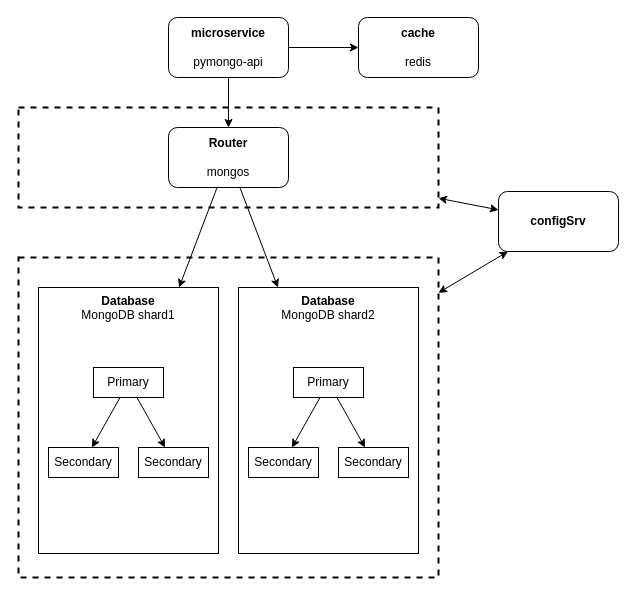
This is schemas/v3-task1.drawio from foxy-gal/architecture-black_friday, a draw.io file, before an edit. Source tidied: cells renumbered, new cells numbered last; positions are measured from the earlier drawing's top-left corner, leaving out a move shared by most shapes. Both pictures are drawn from the tidied source at 100%, with x=0, y=0 at pixel (18, 17).
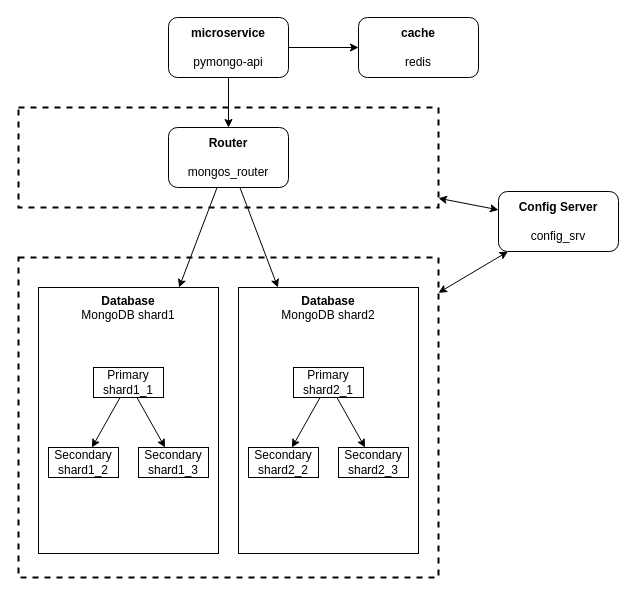
The same page after the edit.

Diff of the diagram source:
```diff
@@
-    <mxCell id="4" value="&lt;b&gt;Router&lt;/b&gt;&lt;div&gt;&lt;br&gt;&lt;/div&gt;&lt;div&gt;mongos&lt;/div&gt;" style="rounded=1;whiteSpace=wrap;html=1;" parent="1" vertex="1">
+    <mxCell id="4" value="&lt;b&gt;Router&lt;/b&gt;&lt;div&gt;&lt;br&gt;&lt;/div&gt;&lt;div&gt;mongos_router&lt;/div&gt;" style="rounded=1;whiteSpace=wrap;html=1;" parent="1" vertex="1">
       <mxGeometry x="150" y="110" width="120" height="60" as="geometry" />
     </mxCell>
@@
-    <mxCell id="10" value="&lt;b&gt;configSrv&lt;/b&gt;" style="rounded=1;whiteSpace=wrap;html=1;" parent="1" vertex="1">
+    <mxCell id="10" value="&lt;div&gt;&lt;b&gt;Config Server&lt;/b&gt;&lt;/div&gt;&lt;div&gt;&lt;br&gt;&lt;/div&gt;config_srv" style="rounded=1;whiteSpace=wrap;html=1;" parent="1" vertex="1">
       <mxGeometry x="480" y="174" width="120" height="60" as="geometry" />
     </mxCell>
@@
-    <mxCell id="14" style="edgeStyle=none;html=1;" parent="1" edge="1" source="16" target="17">
-      <mxGeometry relative="1" as="geometry" />
+    <mxCell id="14" style="edgeStyle=none;html=1;" parent="1" edge="1">
+      <mxGeometry relative="1" as="geometry">
+        <mxPoint x="101.6" y="380" as="sourcePoint" />
+      </mxGeometry>
     </mxCell>
-    <mxCell id="15" style="edgeStyle=none;html=1;" parent="1" edge="1" source="16" target="18">
-      <mxGeometry relative="1" as="geometry" />
+    <mxCell id="15" style="edgeStyle=none;html=1;" parent="1" edge="1">
+      <mxGeometry relative="1" as="geometry">
+        <mxPoint x="118.4" y="380" as="sourcePoint" />
+      </mxGeometry>
     </mxCell>
-    <mxCell id="16" value="Primary" style="rounded=0;whiteSpace=wrap;html=1;" parent="1" vertex="1">
-      <mxGeometry x="75" y="350" width="70" height="30" as="geometry" />
-    </mxCell>
-    <mxCell id="17" value="Secondary" style="rounded=0;whiteSpace=wrap;html=1;" parent="1" vertex="1">
-      <mxGeometry x="30" y="430" width="70" height="30" as="geometry" />
-    </mxCell>
-    <mxCell id="18" value="Secondary" style="rounded=0;whiteSpace=wrap;html=1;" parent="1" vertex="1">
-      <mxGeometry x="120" y="430" width="70" height="30" as="geometry" />
-    </mxCell>
@@
-    <mxCell id="20" value="Primary" style="rounded=0;whiteSpace=wrap;html=1;" parent="1" vertex="1">
-      <mxGeometry x="275" y="350" width="70" height="30" as="geometry" />
-    </mxCell>
-    <mxCell id="21" style="edgeStyle=none;html=1;" parent="1" edge="1" source="20" target="24">
-      <mxGeometry relative="1" as="geometry" />
+    <mxCell id="21" style="edgeStyle=none;html=1;" parent="1" edge="1">
+      <mxGeometry relative="1" as="geometry">
+        <mxPoint x="318.4" y="380" as="sourcePoint" />
+      </mxGeometry>
     </mxCell>
-    <mxCell id="22" style="edgeStyle=none;html=1;" parent="1" edge="1" source="20" target="23">
-      <mxGeometry relative="1" as="geometry" />
+    <mxCell id="22" style="edgeStyle=none;html=1;" parent="1" edge="1">
+      <mxGeometry relative="1" as="geometry">
+        <mxPoint x="301.6" y="380" as="sourcePoint" />
+      </mxGeometry>
     </mxCell>
-    <mxCell id="23" value="Secondary" style="rounded=0;whiteSpace=wrap;html=1;" parent="1" vertex="1">
-      <mxGeometry x="230" y="430" width="70" height="30" as="geometry" />
-    </mxCell>
-    <mxCell id="24" value="Secondary" style="rounded=0;whiteSpace=wrap;html=1;" parent="1" vertex="1">
-      <mxGeometry x="320" y="430" width="70" height="30" as="geometry" />
-    </mxCell>
@@
+    <mxCell id="26" style="edgeStyle=none;html=1;" parent="1" edge="1" source="28" target="29">
+      <mxGeometry relative="1" as="geometry" />
+    </mxCell>
+    <mxCell id="27" style="edgeStyle=none;html=1;" parent="1" edge="1" source="28" target="30">
+      <mxGeometry relative="1" as="geometry" />
+    </mxCell>
+    <mxCell id="28" value="Primary&lt;div&gt;shard1_1&lt;/div&gt;" style="rounded=0;whiteSpace=wrap;html=1;" parent="1" vertex="1">
+      <mxGeometry x="75" y="350" width="70" height="30" as="geometry" />
+    </mxCell>
+    <mxCell id="29" value="Secondary&lt;div&gt;shard1_2&lt;/div&gt;" style="rounded=0;whiteSpace=wrap;html=1;" parent="1" vertex="1">
+      <mxGeometry x="30" y="430" width="70" height="30" as="geometry" />
+    </mxCell>
+    <mxCell id="30" value="Secondary&lt;div&gt;shard1_3&lt;/div&gt;" style="rounded=0;whiteSpace=wrap;html=1;" parent="1" vertex="1">
+      <mxGeometry x="120" y="430" width="70" height="30" as="geometry" />
+    </mxCell>
+    <mxCell id="31" style="edgeStyle=none;html=1;" parent="1" edge="1" source="33" target="34">
+      <mxGeometry relative="1" as="geometry" />
+    </mxCell>
+    <mxCell id="32" style="edgeStyle=none;html=1;" parent="1" edge="1" source="33" target="35">
+      <mxGeometry relative="1" as="geometry" />
+    </mxCell>
+    <mxCell id="33" value="Primary&lt;div&gt;shard2_1&lt;/div&gt;" style="rounded=0;whiteSpace=wrap;html=1;" parent="1" vertex="1">
+      <mxGeometry x="275" y="350" width="70" height="30" as="geometry" />
+    </mxCell>
+    <mxCell id="34" value="Secondary&lt;div&gt;shard2_2&lt;/div&gt;" style="rounded=0;whiteSpace=wrap;html=1;" parent="1" vertex="1">
+      <mxGeometry x="230" y="430" width="70" height="30" as="geometry" />
+    </mxCell>
+    <mxCell id="35" value="Secondary&lt;div&gt;shard2_3&lt;/div&gt;" style="rounded=0;whiteSpace=wrap;html=1;" parent="1" vertex="1">
+      <mxGeometry x="320" y="430" width="70" height="30" as="geometry" />
+    </mxCell>
```
